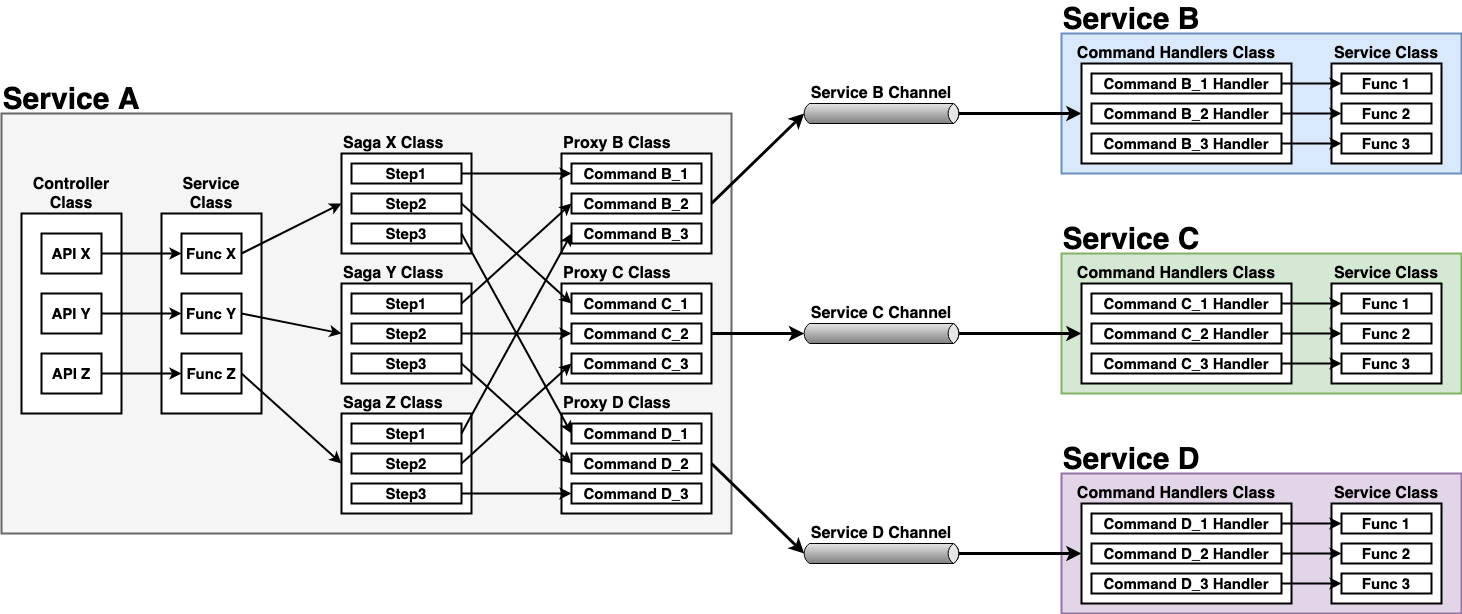
Earlier version of the draw.io export docs/diagrams/interservice_communication_command.png (wuyichen24/microservices-patterns). Source tidied: cells renumbered, new cells last; positions are measured from the earlier drawing's top-left corner, leaving out a move shared by most shapes.
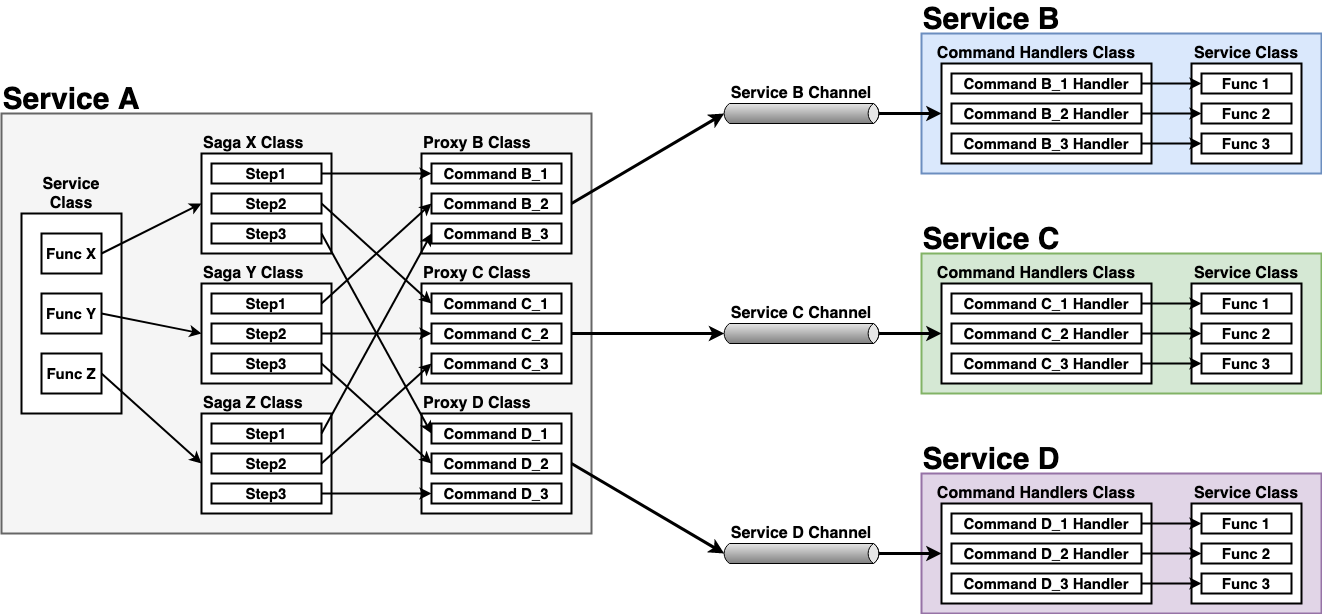
Above is the later version.

Diff of the diagram source:
```diff
@@ -6,26 +6,11 @@
       <mxGeometry x="1060" y="30" width="400" height="140" as="geometry" />
     </mxCell>
     <mxCell id="3" style="rounded=0;whiteSpace=wrap;html=1;strokeWidth=2;fillColor=#f5f5f5;strokeColor=#666666;fontColor=#333333;" parent="1" vertex="1">
-      <mxGeometry y="110" width="730" height="420" as="geometry" />
+      <mxGeometry x="140" y="110" width="590" height="420" as="geometry" />
     </mxCell>
-    <mxCell id="4" style="rounded=0;whiteSpace=wrap;html=1;strokeWidth=2;" parent="1" vertex="1">
-      <mxGeometry x="20" y="210" width="100" height="200" as="geometry" />
-    </mxCell>
-    <mxCell id="5" value="&lt;font style=&quot;font-size: 16px&quot;&gt;&lt;b&gt;Controller&lt;br&gt;Class&lt;/b&gt;&lt;/font&gt;" style="text;html=1;strokeColor=none;fillColor=none;align=center;verticalAlign=middle;whiteSpace=wrap;rounded=0;" parent="1" vertex="1">
-      <mxGeometry x="30" y="170" width="80" height="40" as="geometry" />
-    </mxCell>
     <mxCell id="6" style="rounded=0;whiteSpace=wrap;html=1;strokeWidth=2;" parent="1" vertex="1">
       <mxGeometry x="160" y="210" width="100" height="200" as="geometry" />
     </mxCell>
-    <mxCell id="7" value="&lt;font style=&quot;font-size: 15px&quot;&gt;&lt;b&gt;API X&lt;/b&gt;&lt;/font&gt;" style="rounded=0;whiteSpace=wrap;html=1;strokeWidth=2;" parent="1" vertex="1">
-      <mxGeometry x="40" y="230" width="60" height="40" as="geometry" />
-    </mxCell>
-    <mxCell id="8" value="&lt;font style=&quot;font-size: 15px&quot;&gt;&lt;b&gt;API Y&lt;/b&gt;&lt;/font&gt;" style="rounded=0;whiteSpace=wrap;html=1;strokeWidth=2;" parent="1" vertex="1">
-      <mxGeometry x="40" y="290" width="60" height="40" as="geometry" />
-    </mxCell>
-    <mxCell id="9" value="&lt;font style=&quot;font-size: 15px&quot;&gt;&lt;b&gt;API Z&lt;/b&gt;&lt;/font&gt;" style="rounded=0;whiteSpace=wrap;html=1;strokeWidth=2;" parent="1" vertex="1">
-      <mxGeometry x="40" y="350" width="60" height="40" as="geometry" />
-    </mxCell>
     <mxCell id="10" value="&lt;font style=&quot;font-size: 15px&quot;&gt;&lt;b&gt;Func X&lt;/b&gt;&lt;/font&gt;" style="rounded=0;whiteSpace=wrap;html=1;strokeWidth=2;" parent="1" vertex="1">
       <mxGeometry x="180" y="230" width="60" height="40" as="geometry" />
     </mxCell>
@@ -35,15 +20,6 @@
     <mxCell id="12" value="&lt;font style=&quot;font-size: 15px&quot;&gt;&lt;b&gt;Func Z&lt;/b&gt;&lt;/font&gt;" style="rounded=0;whiteSpace=wrap;html=1;strokeWidth=2;" parent="1" vertex="1">
       <mxGeometry x="180" y="350" width="60" height="40" as="geometry" />
     </mxCell>
-    <mxCell id="13" style="endArrow=classic;html=1;entryX=0;entryY=0.5;entryDx=0;entryDy=0;exitX=1;exitY=0.5;exitDx=0;exitDy=0;strokeWidth=2;" parent="1" edge="1" source="7" target="10">
-      <mxGeometry relative="1" as="geometry" />
-    </mxCell>
-    <mxCell id="14" style="endArrow=classic;html=1;entryX=0;entryY=0.5;entryDx=0;entryDy=0;exitX=1;exitY=0.5;exitDx=0;exitDy=0;strokeWidth=2;" parent="1" edge="1" source="8" target="11">
-      <mxGeometry relative="1" as="geometry" />
-    </mxCell>
-    <mxCell id="15" style="endArrow=classic;html=1;entryX=0;entryY=0.5;entryDx=0;entryDy=0;exitX=1;exitY=0.5;exitDx=0;exitDy=0;strokeWidth=2;" parent="1" edge="1" source="9" target="12">
-      <mxGeometry relative="1" as="geometry" />
-    </mxCell>
     <mxCell id="16" style="rounded=0;whiteSpace=wrap;html=1;strokeWidth=2;" parent="1" vertex="1">
       <mxGeometry x="340" y="150" width="130" height="100" as="geometry" />
     </mxCell>
@@ -171,25 +147,25 @@
       <mxGeometry relative="1" as="geometry" />
     </mxCell>
     <mxCell id="58" style="strokeWidth=1;outlineConnect=0;dashed=0;align=center;html=1;fontSize=8;shape=mxgraph.eip.messageChannel;verticalLabelPosition=bottom;labelBackgroundColor=#ffffff;verticalAlign=top;" parent="1" vertex="1">
-      <mxGeometry x="800" y="100" width="160" height="20" as="geometry" />
+      <mxGeometry x="860" y="100" width="160" height="20" as="geometry" />
     </mxCell>
     <mxCell id="59" value="&lt;font style=&quot;font-size: 16px&quot;&gt;&lt;b&gt;Service B Channel&lt;/b&gt;&lt;/font&gt;" style="text;html=1;strokeColor=none;fillColor=none;align=center;verticalAlign=middle;whiteSpace=wrap;rounded=0;" parent="1" vertex="1">
-      <mxGeometry x="800" y="80" width="160" height="20" as="geometry" />
+      <mxGeometry x="860" y="80" width="160" height="20" as="geometry" />
     </mxCell>
     <mxCell id="60" style="strokeWidth=1;outlineConnect=0;dashed=0;align=center;html=1;fontSize=8;shape=mxgraph.eip.messageChannel;verticalLabelPosition=bottom;labelBackgroundColor=#ffffff;verticalAlign=top;" parent="1" vertex="1">
-      <mxGeometry x="800" y="320" width="160" height="20" as="geometry" />
+      <mxGeometry x="860" y="320" width="160" height="20" as="geometry" />
     </mxCell>
     <mxCell id="61" value="&lt;font style=&quot;font-size: 16px&quot;&gt;&lt;b&gt;Service C Channel&lt;/b&gt;&lt;/font&gt;" style="text;html=1;strokeColor=none;fillColor=none;align=center;verticalAlign=middle;whiteSpace=wrap;rounded=0;" parent="1" vertex="1">
-      <mxGeometry x="800" y="300" width="160" height="20" as="geometry" />
+      <mxGeometry x="860" y="300" width="160" height="20" as="geometry" />
     </mxCell>
     <mxCell id="62" value="&lt;font size=&quot;1&quot;&gt;&lt;b style=&quot;font-size: 30px&quot;&gt;Service A&lt;/b&gt;&lt;/font&gt;" style="text;html=1;strokeColor=none;fillColor=none;align=center;verticalAlign=middle;whiteSpace=wrap;rounded=0;" parent="1" vertex="1">
-      <mxGeometry y="80" width="140" height="30" as="geometry" />
+      <mxGeometry x="140" y="80" width="140" height="30" as="geometry" />
     </mxCell>
     <mxCell id="63" style="strokeWidth=1;outlineConnect=0;dashed=0;align=center;html=1;fontSize=8;shape=mxgraph.eip.messageChannel;verticalLabelPosition=bottom;labelBackgroundColor=#ffffff;verticalAlign=top;" parent="1" vertex="1">
-      <mxGeometry x="800" y="540" width="160" height="20" as="geometry" />
+      <mxGeometry x="860" y="540" width="160" height="20" as="geometry" />
     </mxCell>
     <mxCell id="64" value="&lt;font style=&quot;font-size: 16px&quot;&gt;&lt;b&gt;Service D Channel&lt;/b&gt;&lt;/font&gt;" style="text;html=1;strokeColor=none;fillColor=none;align=center;verticalAlign=middle;whiteSpace=wrap;rounded=0;" parent="1" vertex="1">
-      <mxGeometry x="800" y="520" width="160" height="20" as="geometry" />
+      <mxGeometry x="860" y="520" width="160" height="20" as="geometry" />
     </mxCell>
     <mxCell id="65" style="endArrow=classic;html=1;strokeWidth=3;exitX=1;exitY=0.5;exitDx=0;exitDy=0;entryX=0;entryY=0.5;entryDx=2.7;entryDy=0;entryPerimeter=0;" parent="1" edge="1" source="31" target="58">
       <mxGeometry relative="1" as="geometry" />
```
